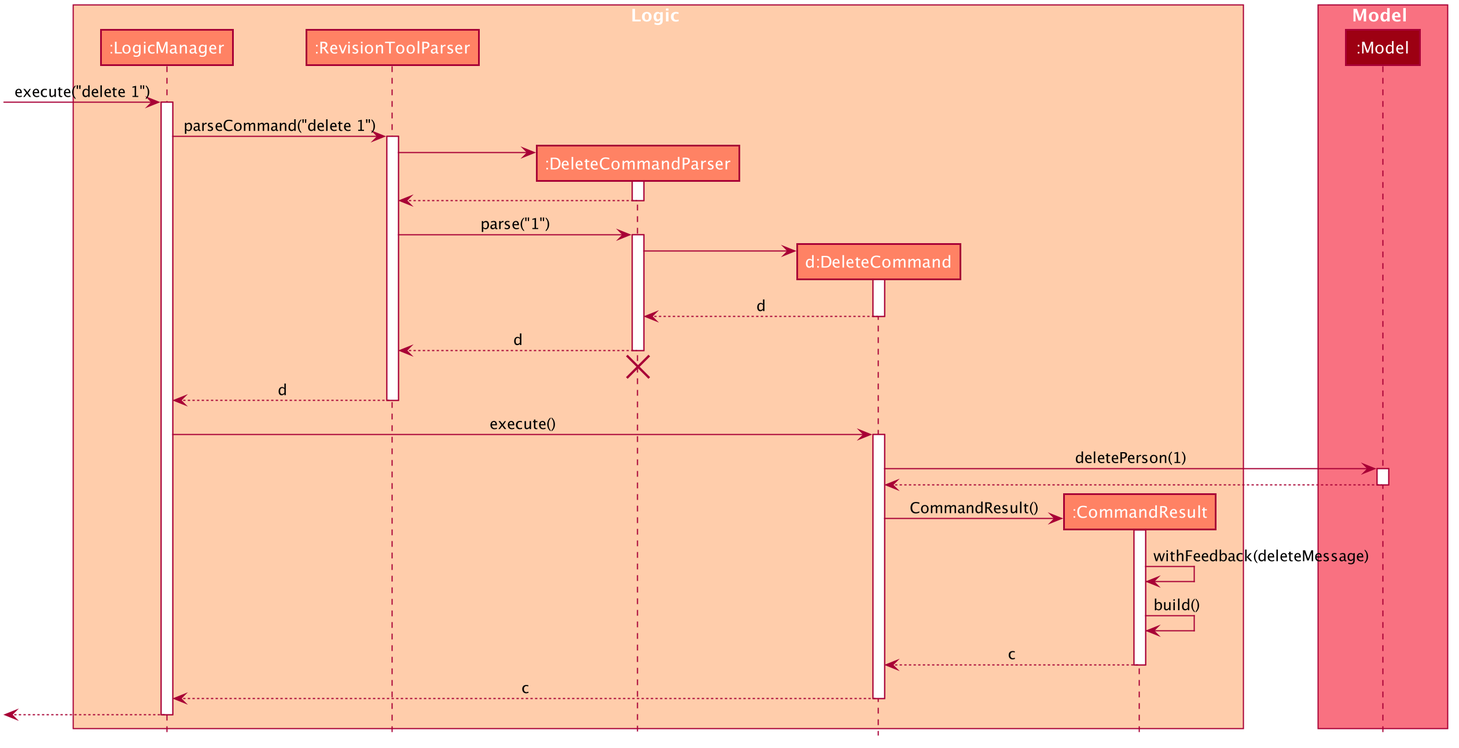
Above: images/DeleteSequenceDiagram.png in AY1920S1-CS2103-F10-3/Revision-Tool (PlantUML), before the change.
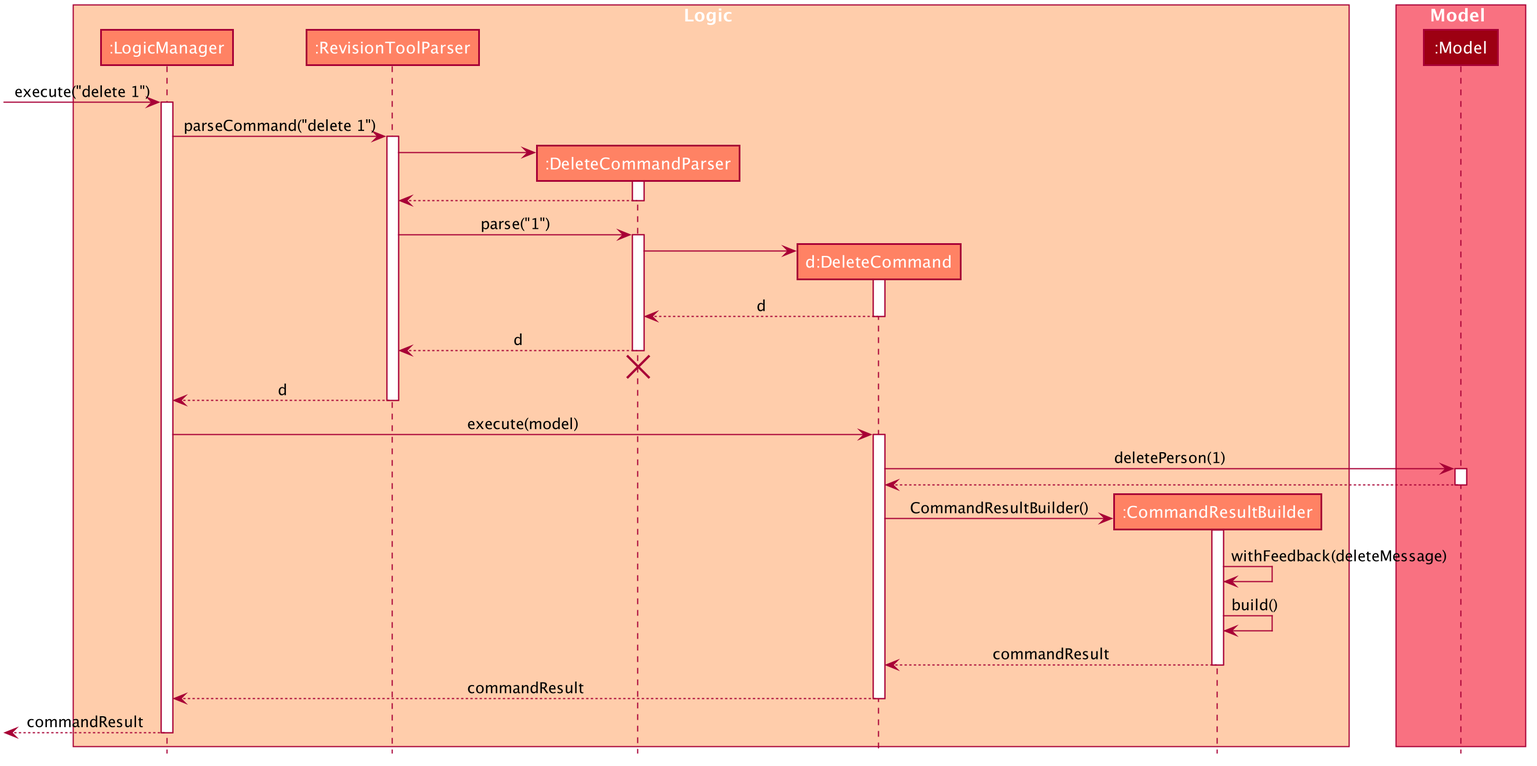
Later version of the same file.

What changed in the source:
```diff
@@ -52,7 +52,7 @@
 participant ":RevisionToolParser" as RevisionToolParser #FF8264
 participant ":DeleteCommandParser" as DeleteCommandParser #FF8264
 participant "d:DeleteCommand" as DeleteCommand #FF8264
-participant ":CommandResult" as CommandResult #FF8264
+participant ":CommandResultBuilder" as CommandResultBuilder #FF8264
 end box
 
 box Model #F97181
@@ -90,7 +90,7 @@
 RevisionToolParser --> LogicManager : d
 deactivate RevisionToolParser
 
-LogicManager -> DeleteCommand : execute()
+LogicManager -> DeleteCommand : execute(model)
 activate DeleteCommand
 
 DeleteCommand -> Model : deletePerson(1)
@@ -99,21 +99,21 @@
 Model --> DeleteCommand
 deactivate Model
 
-create CommandResult
-DeleteCommand -> CommandResult : CommandResult()
-activate CommandResult
-deactivate CommandResult
+create CommandResultBuilder
+DeleteCommand -> CommandResultBuilder : CommandResultBuilder()
+activate CommandResultBuilder
+deactivate CommandResultBuilder
 
-CommandResult -> CommandResult : withFeedback(deleteMessage)
+CommandResultBuilder -> CommandResultBuilder : withFeedback(deleteMessage)
 
-CommandResult -> CommandResult : build()
+CommandResultBuilder -> CommandResultBuilder : build()
 
-CommandResult --> DeleteCommand : c
-deactivate CommandResult
+CommandResultBuilder --> DeleteCommand : commandResult
+deactivate CommandResultBuilder
 
-DeleteCommand --> LogicManager : c
+DeleteCommand --> LogicManager : commandResult
 deactivate DeleteCommand
 
-[<--LogicManager
+[<--LogicManager : commandResult
 deactivate LogicManager
 @enduml
```
